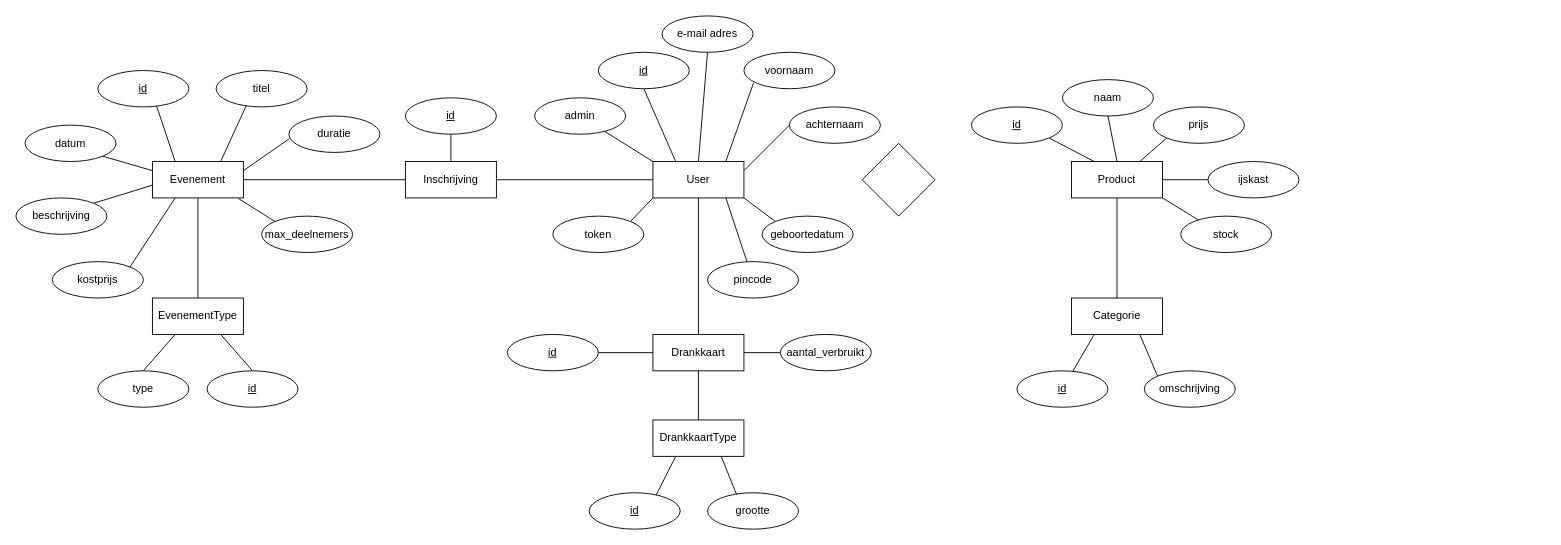
The draw.io diagram Analyse/totale_erd.drawio in DDaems/startspeler, before the edit. Source tidied: cells renumbered, new cells numbered last; positions are measured from the earlier drawing's top-left corner, leaving out a move shared by most shapes. Both pictures are drawn from the tidied source at 91%, with x=0, y=0 at pixel (15, 15).
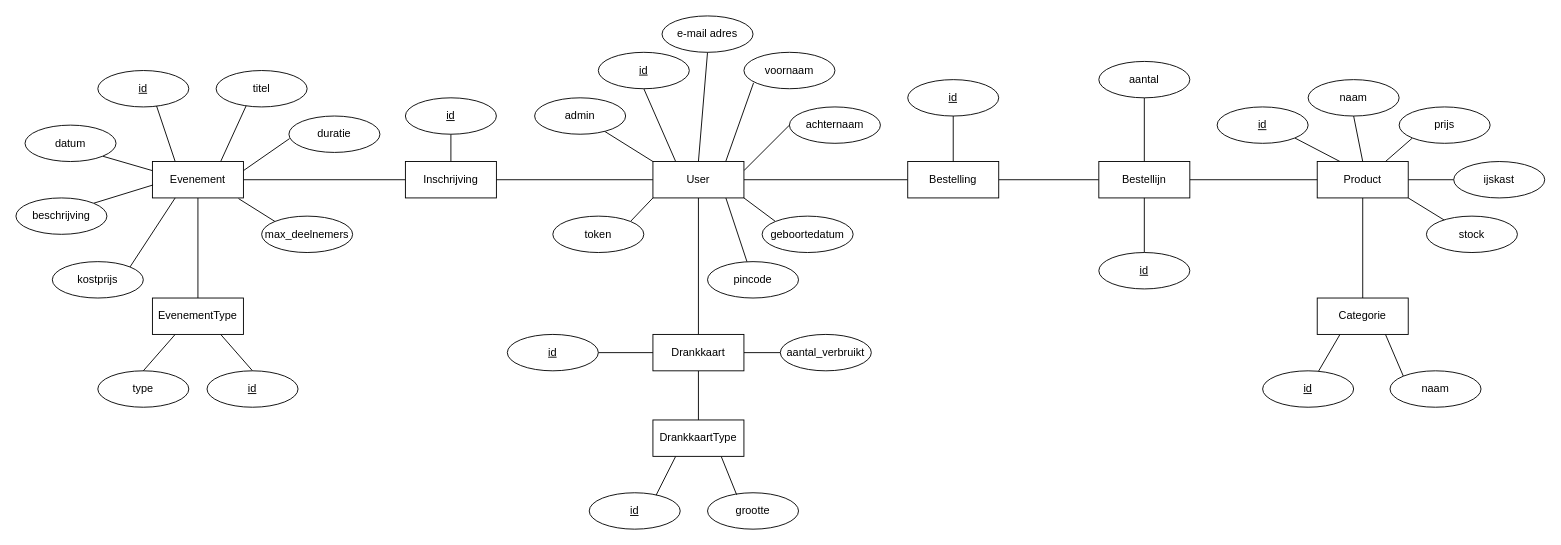
The same diagram, later.

Commit message (it also covers changes not shown here):
ERD en klassediagrammen

ERD en klassediagrammen gemaakt met "Bestelling" en "Bestellijn" vermeldt.

Bij het verwerken van het 'winkelmandje' moet je de bestellijn nog kunnen wijzigen. Zonder gebruik van een 'bestelling', zit je in de problemen als er in het winkelmandje iets ongedaan moet maken.

The change refers to these unchanged cells:
```xml
<mxCell id="17" value="User" style="whiteSpace=wrap;html=1;align=center;" parent="1" vertex="1">
  <mxGeometry x="700" y="160" width="100" height="40" as="geometry" />
</mxCell>
```

Change to the diagram source:
```diff
@@
+    <mxCell id="75" style="edgeStyle=none;rounded=0;jettySize=auto;html=1;exitX=1;exitY=0.5;exitDx=0;exitDy=0;entryX=0;entryY=0.5;entryDx=0;entryDy=0;endArrow=none;endFill=0;" parent="1" edge="1" source="17" target="78">
+      <mxGeometry relative="1" as="geometry" />
+    </mxCell>
@@
     <mxCell id="60" value="Product" style="whiteSpace=wrap;html=1;align=center;" parent="1" vertex="1">
-      <mxGeometry x="1160" y="160" width="100" height="40" as="geometry" />
+      <mxGeometry x="1430" y="160" width="100" height="40" as="geometry" />
     </mxCell>
@@
     <mxCell id="63" value="Categorie" style="whiteSpace=wrap;html=1;align=center;" parent="1" vertex="1">
-      <mxGeometry x="1160" y="310" width="100" height="40" as="geometry" />
+      <mxGeometry x="1430" y="310" width="100" height="40" as="geometry" />
     </mxCell>
     <mxCell id="64" value="id" style="ellipse;whiteSpace=wrap;html=1;align=center;fontStyle=4;" parent="1" vertex="1">
-      <mxGeometry x="1100" y="390" width="100" height="40" as="geometry" />
+      <mxGeometry x="1370" y="390" width="100" height="40" as="geometry" />
     </mxCell>
-    <mxCell id="65" value="omschrijving" style="ellipse;whiteSpace=wrap;html=1;align=center;" parent="1" vertex="1">
-      <mxGeometry x="1240" y="390" width="100" height="40" as="geometry" />
+    <mxCell id="65" value="naam" style="ellipse;whiteSpace=wrap;html=1;align=center;" parent="1" vertex="1">
+      <mxGeometry x="1510" y="390" width="100" height="40" as="geometry" />
     </mxCell>
@@
     <mxCell id="67" value="id" style="ellipse;whiteSpace=wrap;html=1;align=center;fontStyle=4;" parent="1" vertex="1">
-      <mxGeometry x="1050" y="100" width="100" height="40" as="geometry" />
+      <mxGeometry x="1320" y="100" width="100" height="40" as="geometry" />
     </mxCell>
@@
     <mxCell id="69" value="naam" style="ellipse;whiteSpace=wrap;html=1;align=center;" parent="1" vertex="1">
-      <mxGeometry x="1150" y="70" width="100" height="40" as="geometry" />
+      <mxGeometry x="1420" y="70" width="100" height="40" as="geometry" />
     </mxCell>
@@
     <mxCell id="71" value="prijs" style="ellipse;whiteSpace=wrap;html=1;align=center;" parent="1" vertex="1">
-      <mxGeometry x="1250" y="100" width="100" height="40" as="geometry" />
+      <mxGeometry x="1520" y="100" width="100" height="40" as="geometry" />
     </mxCell>
     <mxCell id="72" value="ijskast" style="ellipse;whiteSpace=wrap;html=1;align=center;" parent="1" vertex="1">
-      <mxGeometry x="1310" y="160" width="100" height="40" as="geometry" />
+      <mxGeometry x="1580" y="160" width="100" height="40" as="geometry" />
     </mxCell>
     <mxCell id="73" value="stock" style="ellipse;whiteSpace=wrap;html=1;align=center;" parent="1" vertex="1">
-      <mxGeometry x="1280" y="220" width="100" height="40" as="geometry" />
+      <mxGeometry x="1550" y="220" width="100" height="40" as="geometry" />
     </mxCell>
-    <mxCell id="74" style="rhombus;whiteSpace=wrap;html=1;" parent="1" vertex="1">
-      <mxGeometry x="930" y="140" width="80" height="80" as="geometry" />
-    </mxCell>
+    <mxCell id="76" style="edgeStyle=none;rounded=0;jettySize=auto;html=1;exitX=1;exitY=0.5;exitDx=0;exitDy=0;entryX=0;entryY=0.5;entryDx=0;entryDy=0;endArrow=none;endFill=0;" parent="1" edge="1" target="80">
+      <mxGeometry relative="1" as="geometry">
+        <mxPoint x="1080" y="180" as="sourcePoint" />
+      </mxGeometry>
+    </mxCell>
+    <mxCell id="77" style="edgeStyle=none;rounded=0;jettySize=auto;html=1;exitX=0.5;exitY=0;exitDx=0;exitDy=0;endArrow=none;endFill=0;" parent="1" edge="1" source="80" target="83">
+      <mxGeometry relative="1" as="geometry" />
+    </mxCell>
+    <mxCell id="78" value="Bestelling" style="whiteSpace=wrap;html=1;align=center;" parent="1" vertex="1">
+      <mxGeometry x="980" y="160" width="100" height="40" as="geometry" />
+    </mxCell>
+    <mxCell id="79" style="edgeStyle=none;rounded=0;jettySize=auto;html=1;entryX=0;entryY=0.5;entryDx=0;entryDy=0;endArrow=none;endFill=0;" parent="1" edge="1" source="80" target="60">
+      <mxGeometry relative="1" as="geometry" />
+    </mxCell>
+    <mxCell id="80" value="Bestellijn" style="whiteSpace=wrap;html=1;align=center;" parent="1" vertex="1">
+      <mxGeometry x="1190" y="160" width="100" height="40" as="geometry" />
+    </mxCell>
+    <mxCell id="81" style="edgeStyle=none;rounded=0;jettySize=auto;html=1;exitX=0.5;exitY=1;exitDx=0;exitDy=0;entryX=0.5;entryY=0;entryDx=0;entryDy=0;endArrow=none;endFill=0;" parent="1" edge="1" source="82" target="78">
+      <mxGeometry relative="1" as="geometry" />
+    </mxCell>
+    <mxCell id="82" value="id" style="ellipse;whiteSpace=wrap;html=1;align=center;fontStyle=4;" parent="1" vertex="1">
+      <mxGeometry x="980" y="70" width="100" height="40" as="geometry" />
+    </mxCell>
+    <mxCell id="83" value="aantal" style="ellipse;whiteSpace=wrap;html=1;align=center;" parent="1" vertex="1">
+      <mxGeometry x="1190" y="50" width="100" height="40" as="geometry" />
+    </mxCell>
+    <mxCell id="84" style="edgeStyle=none;rounded=0;jettySize=auto;html=1;exitX=0.5;exitY=0;exitDx=0;exitDy=0;entryX=0.5;entryY=1;entryDx=0;entryDy=0;endArrow=none;endFill=0;" parent="1" edge="1" source="85" target="80">
+      <mxGeometry relative="1" as="geometry" />
+    </mxCell>
+    <mxCell id="85" value="id" style="ellipse;whiteSpace=wrap;html=1;align=center;fontStyle=4;" parent="1" vertex="1">
+      <mxGeometry x="1190" y="260" width="100" height="40" as="geometry" />
+    </mxCell>
```
